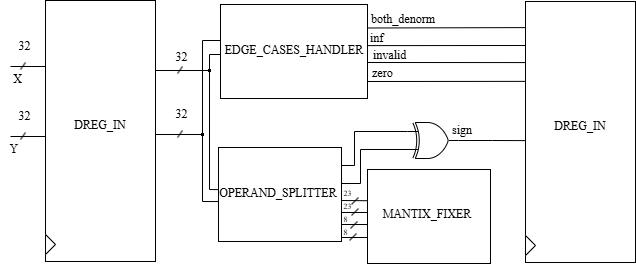
This is Full architecture.png from altomarigiulio/IEEE-754-Multiplier-Project, a draw.io export, as it was before one commit. Source tidied: cells renumbered, new cells last; positions are measured from the earlier drawing's top-left corner, leaving out a move shared by most shapes.
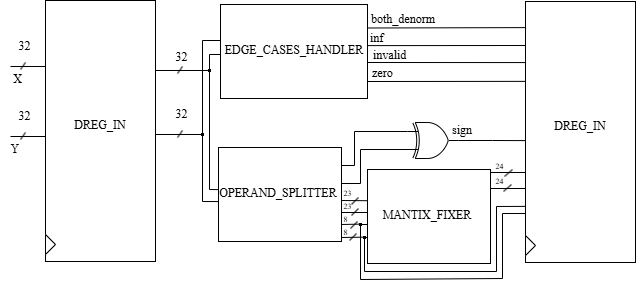
The same file after the commit.

Diff of the diagram source:
```diff
@@ -227,15 +227,13 @@
         <mxPoint x="341" y="200" as="sourcePoint" />
       </mxGeometry>
     </mxCell>
-    <mxCell id="53" style="endArrow=none;html=1;rounded=0;entryX=-0.002;entryY=0.332;entryDx=0;entryDy=0;entryPerimeter=0;" parent="1" edge="1">
+    <mxCell id="53" style="endArrow=none;html=1;rounded=0;entryX=-0.002;entryY=0.332;entryDx=0;entryDy=0;entryPerimeter=0;" parent="1" edge="1" source="65">
       <mxGeometry relative="1" as="geometry">
-        <mxPoint x="341" y="224" as="sourcePoint" />
         <mxPoint x="367" y="224" as="targetPoint" />
       </mxGeometry>
     </mxCell>
-    <mxCell id="54" style="endArrow=none;html=1;rounded=0;entryX=-0.002;entryY=0.332;entryDx=0;entryDy=0;entryPerimeter=0;" parent="1" edge="1">
+    <mxCell id="54" style="endArrow=none;html=1;rounded=0;entryX=-0.002;entryY=0.332;entryDx=0;entryDy=0;entryPerimeter=0;" parent="1" edge="1" source="67">
       <mxGeometry relative="1" as="geometry">
-        <mxPoint x="341" y="237" as="sourcePoint" />
         <mxPoint x="367" y="237" as="targetPoint" />
       </mxGeometry>
     </mxCell>
@@ -281,5 +279,97 @@
     <mxCell id="63" value="&lt;font style=&quot;font-size: 8px;&quot; face=&quot;Latin Modern Roman&quot;&gt;8&lt;/font&gt;" style="text;html=1;align=center;verticalAlign=middle;strokeColor=none;fillColor=none;" parent="1" vertex="1">
       <mxGeometry x="334" y="218" width="22" height="26" as="geometry" />
     </mxCell>
+    <mxCell id="64" style="endArrow=none;html=1;rounded=0;entryX=-0.002;entryY=0.332;entryDx=0;entryDy=0;entryPerimeter=0;" parent="1" edge="1" target="65">
+      <mxGeometry relative="1" as="geometry">
+        <mxPoint x="341" y="224" as="sourcePoint" />
+      </mxGeometry>
+    </mxCell>
+    <mxCell id="65" style="rounded=0;whiteSpace=wrap;html=1;fillColor=#000000;" parent="1" vertex="1">
+      <mxGeometry x="359" y="223" width="2" height="2" as="geometry" />
+    </mxCell>
+    <mxCell id="66" style="endArrow=none;html=1;rounded=0;entryX=-0.002;entryY=0.332;entryDx=0;entryDy=0;entryPerimeter=0;" parent="1" edge="1" target="67">
+      <mxGeometry relative="1" as="geometry">
+        <mxPoint x="341" y="237" as="sourcePoint" />
+      </mxGeometry>
+    </mxCell>
+    <mxCell id="67" style="rounded=0;whiteSpace=wrap;html=1;fillColor=#000000;" parent="1" vertex="1">
+      <mxGeometry x="363" y="236" width="2" height="2" as="geometry" />
+    </mxCell>
+    <mxCell id="68" style="endArrow=none;html=1;rounded=0;entryX=0.5;entryY=0;entryDx=0;entryDy=0;" parent="1" edge="1" target="65">
+      <mxGeometry relative="1" as="geometry">
+        <mxPoint x="360" y="279" as="sourcePoint" />
+      </mxGeometry>
+    </mxCell>
+    <mxCell id="69" style="endArrow=none;html=1;rounded=0;" parent="1" edge="1">
+      <mxGeometry relative="1" as="geometry">
+        <mxPoint x="364" y="271" as="sourcePoint" />
+        <mxPoint x="364" y="237" as="targetPoint" />
+      </mxGeometry>
+    </mxCell>
+    <mxCell id="70" style="endArrow=none;html=1;rounded=0;" parent="1" edge="1">
+      <mxGeometry relative="1" as="geometry">
+        <mxPoint x="360" y="279" as="sourcePoint" />
+        <mxPoint x="502" y="278" as="targetPoint" />
+      </mxGeometry>
+    </mxCell>
+    <mxCell id="71" style="endArrow=none;html=1;rounded=0;" parent="1" edge="1">
+      <mxGeometry relative="1" as="geometry">
+        <mxPoint x="364" y="271" as="sourcePoint" />
+        <mxPoint x="496" y="271" as="targetPoint" />
+      </mxGeometry>
+    </mxCell>
+    <mxCell id="72" style="endArrow=none;html=1;rounded=0;" parent="1" edge="1">
+      <mxGeometry relative="1" as="geometry">
+        <mxPoint x="490" y="172" as="sourcePoint" />
+        <mxPoint x="525" y="172" as="targetPoint" />
+      </mxGeometry>
+    </mxCell>
+    <mxCell id="73" style="endArrow=none;html=1;rounded=0;" parent="1" edge="1">
+      <mxGeometry relative="1" as="geometry">
+        <mxPoint x="490" y="188" as="sourcePoint" />
+        <mxPoint x="525" y="188" as="targetPoint" />
+      </mxGeometry>
+    </mxCell>
+    <mxCell id="74" style="endArrow=none;html=1;rounded=0;" parent="1" edge="1">
+      <mxGeometry relative="1" as="geometry">
+        <mxPoint x="504" y="176" as="sourcePoint" />
+        <mxPoint x="512" y="169" as="targetPoint" />
+      </mxGeometry>
+    </mxCell>
+    <mxCell id="75" style="endArrow=none;html=1;rounded=0;" parent="1" edge="1">
+      <mxGeometry relative="1" as="geometry">
+        <mxPoint x="503" y="191" as="sourcePoint" />
+        <mxPoint x="511" y="184" as="targetPoint" />
+      </mxGeometry>
+    </mxCell>
+    <mxCell id="76" value="&lt;font style=&quot;font-size: 8px;&quot; face=&quot;Latin Modern Roman&quot;&gt;24&lt;/font&gt;" style="text;html=1;align=center;verticalAlign=middle;strokeColor=none;fillColor=none;" parent="1" vertex="1">
+      <mxGeometry x="486" y="152" width="26" height="26" as="geometry" />
+    </mxCell>
+    <mxCell id="77" value="&lt;font style=&quot;font-size: 8px;&quot; face=&quot;Latin Modern Roman&quot;&gt;24&lt;/font&gt;" style="text;html=1;align=center;verticalAlign=middle;strokeColor=none;fillColor=none;" parent="1" vertex="1">
+      <mxGeometry x="486" y="167" width="26" height="26" as="geometry" />
+    </mxCell>
+    <mxCell id="78" style="endArrow=none;html=1;rounded=0;" parent="1" edge="1">
+      <mxGeometry relative="1" as="geometry">
+        <mxPoint x="496" y="271" as="sourcePoint" />
+        <mxPoint x="496" y="206" as="targetPoint" />
+      </mxGeometry>
+    </mxCell>
+    <mxCell id="79" style="endArrow=none;html=1;rounded=0;" parent="1" edge="1">
+      <mxGeometry relative="1" as="geometry">
+        <mxPoint x="502" y="278" as="sourcePoint" />
+        <mxPoint x="502" y="213" as="targetPoint" />
+      </mxGeometry>
+    </mxCell>
+    <mxCell id="80" style="endArrow=none;html=1;rounded=0;entryX=0;entryY=0.785;entryDx=0;entryDy=0;entryPerimeter=0;" parent="1" edge="1" target="35">
+      <mxGeometry relative="1" as="geometry">
+        <mxPoint x="496" y="206" as="sourcePoint" />
+      </mxGeometry>
+    </mxCell>
+    <mxCell id="81" style="endArrow=none;html=1;rounded=0;" parent="1" edge="1">
+      <mxGeometry relative="1" as="geometry">
+        <mxPoint x="502" y="213" as="sourcePoint" />
+        <mxPoint x="525" y="213" as="targetPoint" />
+      </mxGeometry>
+    </mxCell>
   </root>
 </mxGraphModel>
```
